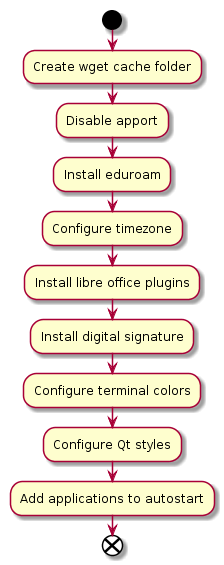
cslucr/ubuntu-ucr keeps this PlantUML diagram as docs/uml/system-config.png. Above is the earlier version.
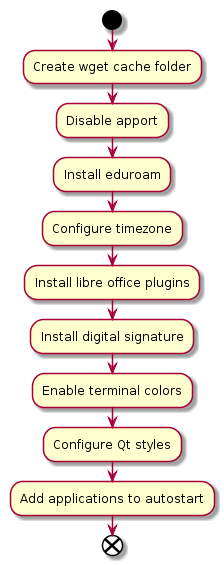
The same diagram one commit later.

Commit message:
Enable terminal colors

The edit, as a diff of the source:
```diff
@@ -6,7 +6,7 @@
 :Configure timezone;
 :Install libre office plugins;
 :Install digital signature;
-:Configure terminal colors;
+:Enable terminal colors;
 :Configure Qt styles;
 :Add applications to autostart;
 end
```
